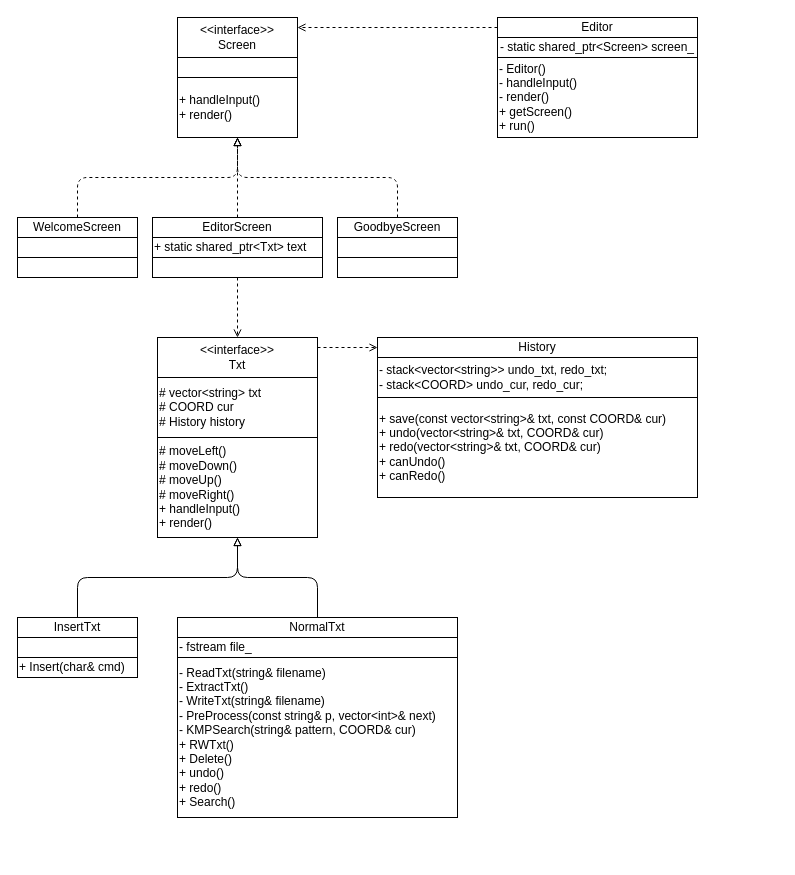
The draw.io diagram assets/UML.drawio in lyj-fdu/FDVIM, before the edit. Source tidied: cells renumbered, new cells numbered last; positions are measured from the earlier drawing's top-left corner, leaving out a move shared by most shapes. Both pictures are drawn from the tidied source at 100%, with x=0, y=0 at pixel (17, 17).
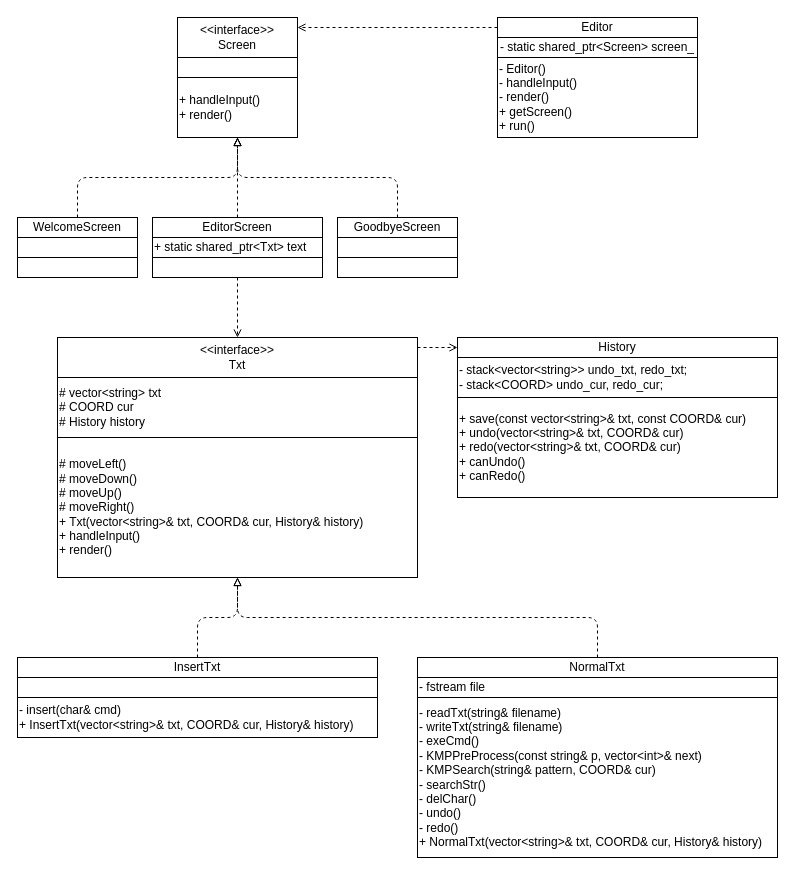
The same page after the edit.

Commit message:
update txt relevant classes

What changed in the source:
```diff
@@
     <mxCell id="22" value="History" style="rounded=0;whiteSpace=wrap;html=1;" parent="1" vertex="1">
-      <mxGeometry x="360" y="320" width="320" height="20" as="geometry" />
+      <mxGeometry x="440" y="320" width="320" height="20" as="geometry" />
     </mxCell>
     <mxCell id="23" value="&lt;div style=&quot;&quot;&gt;&lt;div&gt;+ save(const vector&amp;lt;string&amp;gt;&amp;amp; txt, const COORD&amp;amp; cur)&lt;/div&gt;&lt;div&gt;+ undo(vector&amp;lt;string&amp;gt;&amp;amp; txt, COORD&amp;amp; cur)&lt;/div&gt;&lt;div&gt;+ redo(vector&amp;lt;string&amp;gt;&amp;amp; txt, COORD&amp;amp; cur)&lt;/div&gt;&lt;div&gt;+ canUndo()&lt;/div&gt;&lt;div&gt;+ canRedo()&lt;/div&gt;&lt;/div&gt;" style="rounded=0;whiteSpace=wrap;html=1;align=left;" parent="1" vertex="1">
-      <mxGeometry x="360" y="380" width="320" height="100" as="geometry" />
+      <mxGeometry x="440" y="380" width="320" height="100" as="geometry" />
     </mxCell>
     <mxCell id="24" value="&lt;div&gt;- stack&amp;lt;vector&amp;lt;string&amp;gt;&amp;gt; undo_txt, redo_txt;&amp;nbsp;&lt;/div&gt;&lt;div&gt;- stack&amp;lt;COORD&amp;gt; undo_cur, redo_cur;&lt;/div&gt;" style="rounded=0;whiteSpace=wrap;html=1;align=left;" parent="1" vertex="1">
-      <mxGeometry x="360" y="340" width="320" height="40" as="geometry" />
+      <mxGeometry x="440" y="340" width="320" height="40" as="geometry" />
     </mxCell>
@@
     <mxCell id="26" value="&amp;lt;&amp;lt;interface&amp;gt;&amp;gt;&lt;br&gt;Txt" style="rounded=0;whiteSpace=wrap;html=1;" parent="1" vertex="1">
-      <mxGeometry x="140" y="320" width="160" height="40" as="geometry" />
+      <mxGeometry x="40" y="320" width="360" height="40" as="geometry" />
     </mxCell>
-    <mxCell id="27" value="&lt;div style=&quot;&quot;&gt;&lt;div&gt;&lt;div&gt;# moveLeft()&lt;/div&gt;&lt;div&gt;# moveDown()&lt;/div&gt;&lt;div&gt;# moveUp()&lt;/div&gt;&lt;div&gt;# moveRight()&lt;/div&gt;&lt;/div&gt;&lt;div&gt;+ handleInput()&lt;/div&gt;&lt;div&gt;+ render()&lt;/div&gt;&lt;/div&gt;" style="rounded=0;whiteSpace=wrap;html=1;align=left;" parent="1" vertex="1">
-      <mxGeometry x="140" y="420" width="160" height="100" as="geometry" />
+    <mxCell id="27" value="&lt;div style=&quot;&quot;&gt;&lt;div&gt;&lt;div&gt;# moveLeft()&lt;/div&gt;&lt;div&gt;# moveDown()&lt;/div&gt;&lt;div&gt;# moveUp()&lt;/div&gt;&lt;div&gt;# moveRight()&lt;/div&gt;&lt;/div&gt;&lt;div&gt;&lt;div&gt;+ Txt(vector&amp;lt;string&amp;gt;&amp;amp; txt, COORD&amp;amp; cur, History&amp;amp; history)&lt;/div&gt;&lt;/div&gt;&lt;div&gt;+ handleInput()&lt;/div&gt;&lt;div&gt;+ render()&lt;/div&gt;&lt;/div&gt;" style="rounded=0;whiteSpace=wrap;html=1;align=left;" parent="1" vertex="1">
+      <mxGeometry x="40" y="420" width="360" height="140" as="geometry" />
     </mxCell>
     <mxCell id="28" value="&lt;div&gt;# vector&amp;lt;string&amp;gt; txt&lt;/div&gt;&lt;div&gt;# COORD cur&lt;/div&gt;&lt;div&gt;# History history&lt;/div&gt;" style="rounded=0;whiteSpace=wrap;html=1;align=left;" parent="1" vertex="1">
-      <mxGeometry x="140" y="360" width="160" height="60" as="geometry" />
+      <mxGeometry x="40" y="360" width="360" height="60" as="geometry" />
     </mxCell>
-    <mxCell id="29" style="edgeStyle=none;html=1;exitX=0.5;exitY=0;exitDx=0;exitDy=0;entryX=0.5;entryY=1;entryDx=0;entryDy=0;endArrow=block;endFill=0;" parent="1" edge="1" source="30" target="27">
+    <mxCell id="29" style="edgeStyle=none;html=1;exitX=0.5;exitY=0;exitDx=0;exitDy=0;entryX=0.5;entryY=1;entryDx=0;entryDy=0;endArrow=block;endFill=0;dashed=1;" parent="1" edge="1" source="30" target="27">
       <mxGeometry relative="1" as="geometry">
         <Array as="points">
-          <mxPoint x="60" y="560" />
-          <mxPoint x="220" y="560" />
+          <mxPoint x="180" y="600" />
+          <mxPoint x="220" y="600" />
         </Array>
       </mxGeometry>
     </mxCell>
     <mxCell id="30" value="InsertTxt" style="rounded=0;whiteSpace=wrap;html=1;" parent="1" vertex="1">
-      <mxGeometry y="600" width="120" height="20" as="geometry" />
+      <mxGeometry y="640" width="360" height="20" as="geometry" />
     </mxCell>
     <mxCell id="31" style="rounded=0;whiteSpace=wrap;html=1;" parent="1" vertex="1">
-      <mxGeometry y="620" width="120" height="20" as="geometry" />
+      <mxGeometry y="660" width="360" height="20" as="geometry" />
     </mxCell>
-    <mxCell id="32" value="+ Insert(char&amp;amp; cmd)" style="rounded=0;whiteSpace=wrap;html=1;align=left;" parent="1" vertex="1">
-      <mxGeometry y="640" width="120" height="20" as="geometry" />
+    <mxCell id="32" value="- insert(char&amp;amp; cmd)&lt;br&gt;+ InsertTxt(vector&amp;lt;string&amp;gt;&amp;amp; txt, COORD&amp;amp; cur, History&amp;amp; history)" style="rounded=0;whiteSpace=wrap;html=1;align=left;" parent="1" vertex="1">
+      <mxGeometry y="680" width="360" height="40" as="geometry" />
     </mxCell>
-    <mxCell id="33" style="edgeStyle=none;html=1;exitX=0.5;exitY=0;exitDx=0;exitDy=0;entryX=0.5;entryY=1;entryDx=0;entryDy=0;endArrow=block;endFill=0;" parent="1" edge="1" source="34" target="27">
+    <mxCell id="33" style="edgeStyle=none;html=1;exitX=0.5;exitY=0;exitDx=0;exitDy=0;entryX=0.5;entryY=1;entryDx=0;entryDy=0;endArrow=block;endFill=0;dashed=1;" parent="1" edge="1" source="34" target="27">
       <mxGeometry relative="1" as="geometry">
         <Array as="points">
-          <mxPoint x="300" y="560" />
-          <mxPoint x="220" y="560" />
+          <mxPoint x="580" y="600" />
+          <mxPoint x="220" y="600" />
         </Array>
       </mxGeometry>
     </mxCell>
     <mxCell id="34" value="NormalTxt" style="rounded=0;whiteSpace=wrap;html=1;" parent="1" vertex="1">
-      <mxGeometry x="160" y="600" width="280" height="20" as="geometry" />
+      <mxGeometry x="400" y="640" width="360" height="20" as="geometry" />
     </mxCell>
-    <mxCell id="35" value="- fstream file_" style="rounded=0;whiteSpace=wrap;html=1;align=left;" parent="1" vertex="1">
-      <mxGeometry x="160" y="620" width="280" height="20" as="geometry" />
+    <mxCell id="35" value="- fstream file" style="rounded=0;whiteSpace=wrap;html=1;align=left;" parent="1" vertex="1">
+      <mxGeometry x="400" y="660" width="360" height="20" as="geometry" />
     </mxCell>
-    <mxCell id="36" value="&lt;div&gt;- ReadTxt(string&amp;amp; filename)&lt;/div&gt;&lt;div&gt;- ExtractTxt()&lt;/div&gt;&lt;div&gt;- WriteTxt(string&amp;amp; filename)&lt;/div&gt;&lt;div&gt;- PreProcess(const string&amp;amp; p, vector&amp;lt;int&amp;gt;&amp;amp; next)&lt;/div&gt;&lt;div&gt;- KMPSearch(string&amp;amp; pattern, COORD&amp;amp; cur)&lt;/div&gt;&lt;div&gt;&lt;div&gt;+ RWTxt()&lt;/div&gt;&lt;div&gt;+ Delete()&lt;/div&gt;&lt;div&gt;+ undo()&lt;/div&gt;&lt;div&gt;+ redo()&lt;/div&gt;&lt;div&gt;+ Search()&lt;/div&gt;&lt;/div&gt;" style="rounded=0;whiteSpace=wrap;html=1;align=left;" parent="1" vertex="1">
-      <mxGeometry x="160" y="640" width="280" height="160" as="geometry" />
+    <mxCell id="36" value="&lt;div&gt;- readTxt(string&amp;amp; filename)&lt;/div&gt;&lt;div&gt;&lt;span style=&quot;background-color: initial;&quot;&gt;- writeTxt(string&amp;amp; filename)&lt;/span&gt;&lt;br&gt;&lt;/div&gt;&lt;div&gt;&lt;div&gt;- exeCmd()&lt;/div&gt;&lt;/div&gt;&lt;div&gt;- KMPPreProcess(const string&amp;amp; p, vector&amp;lt;int&amp;gt;&amp;amp; next)&lt;/div&gt;&lt;div&gt;- KMPSearch(string&amp;amp; pattern, COORD&amp;amp; cur)&lt;/div&gt;&lt;div&gt;&lt;div&gt;- searchStr()&lt;br&gt;&lt;/div&gt;&lt;div&gt;&lt;span style=&quot;background-color: initial;&quot;&gt;- delChar()&lt;/span&gt;&lt;br&gt;&lt;/div&gt;&lt;div&gt;- undo()&lt;/div&gt;&lt;div&gt;- redo()&lt;/div&gt;&lt;/div&gt;&lt;div&gt;+ NormalTxt(vector&amp;lt;string&amp;gt;&amp;amp; txt, COORD&amp;amp; cur, History&amp;amp; history)&lt;br&gt;&lt;/div&gt;" style="rounded=0;whiteSpace=wrap;html=1;align=left;" parent="1" vertex="1">
+      <mxGeometry x="400" y="680" width="360" height="160" as="geometry" />
     </mxCell>
```
